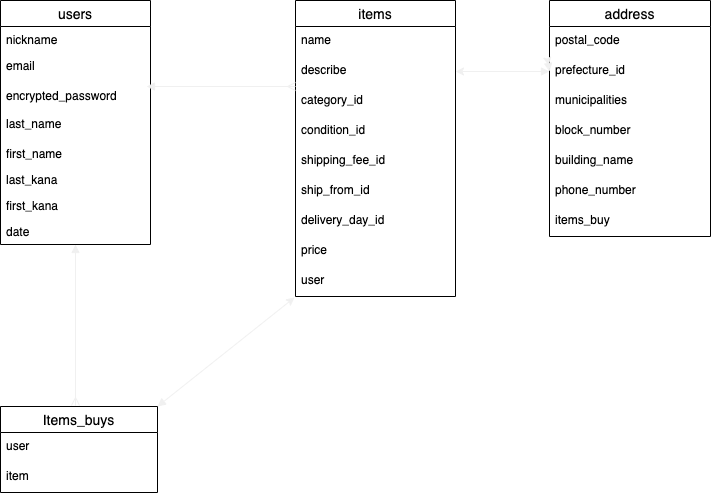
This is ER.drawio.png from kamikazenohiro/furima-33449, a draw.io export, as it was before one commit. Source tidied: cells renumbered, new cells last; positions are measured from the earlier drawing's top-left corner, leaving out a move shared by most shapes.
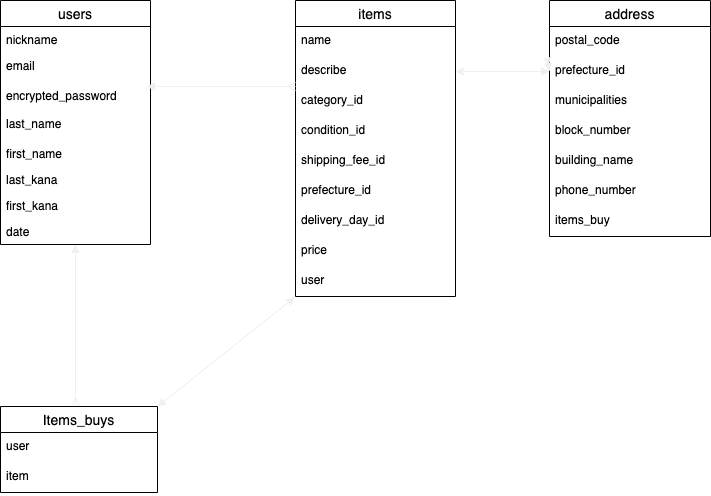
After the commit.

Commit message:
データベース設計 修正その３

What changed in the source:
```diff
@@ -52,7 +52,7 @@
     <mxCell id="17" value="shipping_fee_id" style="text;strokeColor=none;fillColor=none;spacingLeft=4;spacingRight=4;overflow=hidden;fontSize=12;" parent="12" vertex="1">
       <mxGeometry y="146" width="160" height="30" as="geometry" />
     </mxCell>
-    <mxCell id="18" value="ship_from_id" style="text;strokeColor=none;fillColor=none;spacingLeft=4;spacingRight=4;overflow=hidden;fontSize=12;" parent="12" vertex="1">
+    <mxCell id="18" value="prefecture_id" style="text;strokeColor=none;fillColor=none;spacingLeft=4;spacingRight=4;overflow=hidden;fontSize=12;" parent="12" vertex="1">
       <mxGeometry y="176" width="160" height="30" as="geometry" />
     </mxCell>
     <mxCell id="19" value="delivery_day_id" style="text;strokeColor=none;fillColor=none;spacingLeft=4;spacingRight=4;overflow=hidden;fontSize=12;" parent="12" vertex="1">
```
